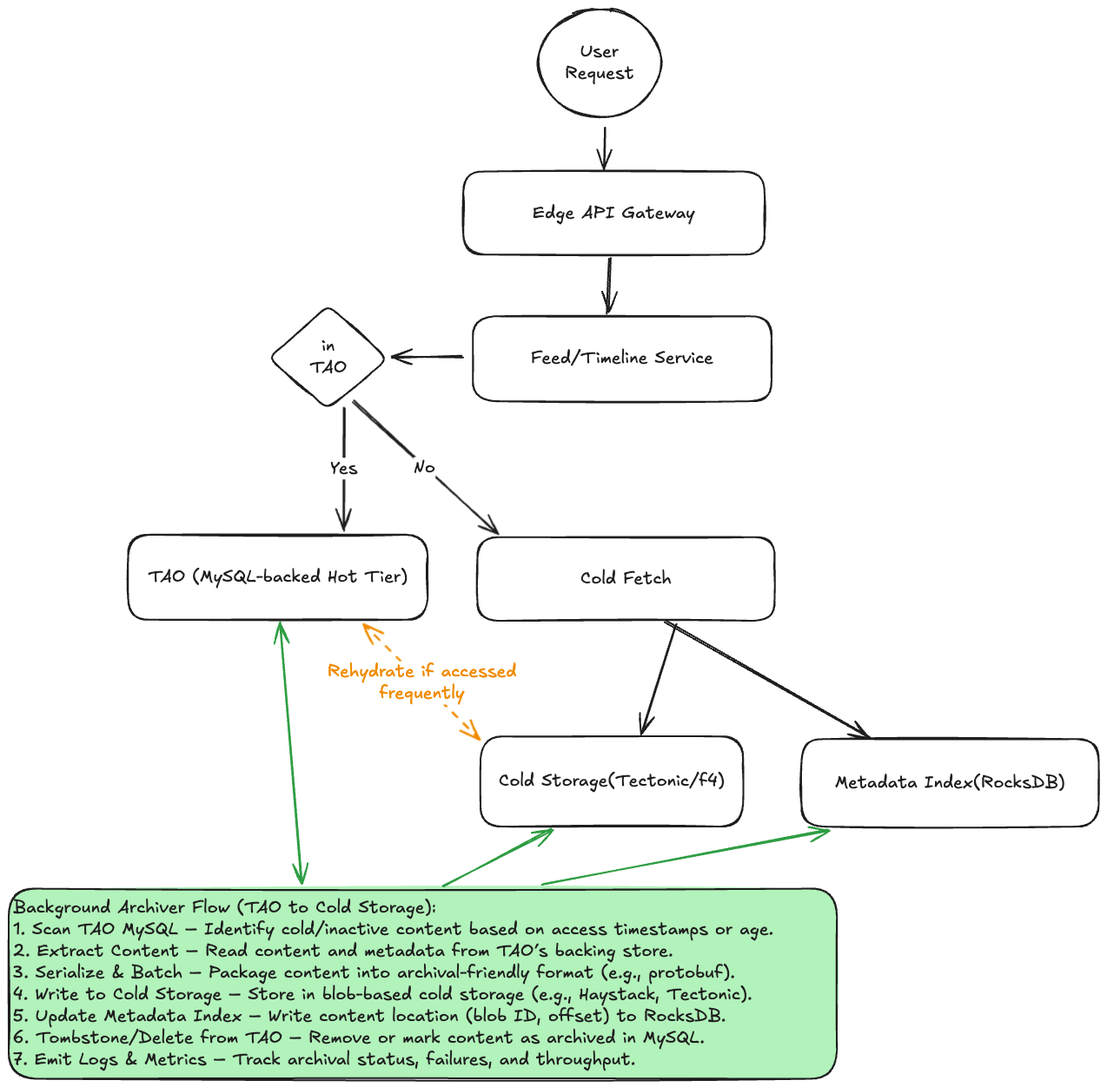
The Excalidraw diagram system-design/designs/facebook-cold-storage/facebook-cold-storage.excalidraw.png in brandon-benge/InterviewPrep, before a commit. Source tidied: one line per element, renumbered; positions are measured from the earlier drawing's top-left corner, leaving out a move shared by most shapes.
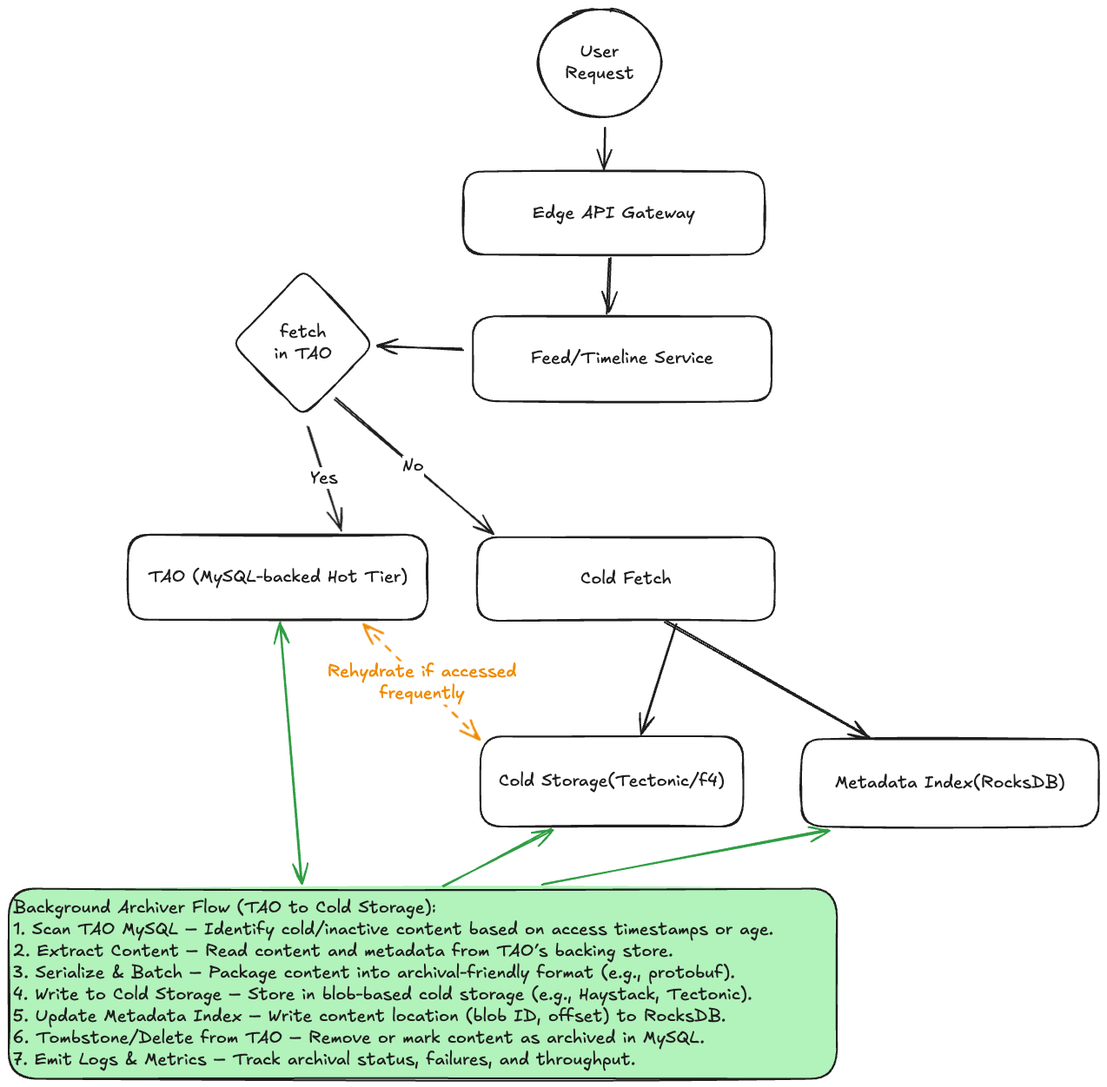
After the commit.

The edit, as a diff of the source:
```diff
@@ -12,13 +12,13 @@
 {"id": 11, "type": "rectangle", "strokeColor": "#1e1e1e", "strokeWidth": 2, "roughness": 1, "round": true, "x": 137, "y": 606, "width": 345, "height": 98}
 {"id": 12, "type": "text", "text": "TAO (MySQL-backed Hot Tier)", "strokeColor": "#1e1e1e", "strokeWidth": 2, "roughness": 1, "fontSize": 20, "fontFamily": 5, "textAlign": "center", "verticalAlign": "middle", "inside": 11, "x": 160, "y": 642, "width": 299, "height": 25}
 {"id": 13, "type": "arrow", "strokeColor": "#1e1e1e", "strokeWidth": 2, "roughness": 1, "endArrowhead": "arrow", "round": true, "from": 7, "to": 9, "x": 691, "y": 287, "width": 2, "height": 63, "points": [[0, 0], [-2, 63]]}
-{"id": 14, "type": "diamond", "strokeColor": "#1e1e1e", "strokeWidth": 2, "roughness": 1, "round": true, "x": 300, "y": 342, "width": 136, "height": 120}
+{"id": 14, "type": "diamond", "strokeColor": "#1e1e1e", "strokeWidth": 2, "roughness": 1, "round": true, "x": 258, "y": 300, "width": 162, "height": 170}
-{"id": 15, "type": "text", "text": "in\nTAO", "strokeColor": "#1e1e1e", "strokeWidth": 2, "roughness": 1, "fontSize": 20, "fontFamily": 5, "textAlign": "center", "verticalAlign": "middle", "inside": 14, "x": 347, "y": 377, "width": 43, "height": 50}
+{"id": 15, "type": "text", "text": "fetch\nin TAO", "strokeColor": "#1e1e1e", "strokeWidth": 2, "roughness": 1, "fontSize": 20, "fontFamily": 5, "textAlign": "center", "verticalAlign": "middle", "inside": 14, "x": 306, "y": 360, "width": 66, "height": 50}
-{"id": 16, "type": "arrow", "strokeColor": "#1e1e1e", "strokeWidth": 2, "roughness": 1, "endArrowhead": "arrow", "round": true, "from": 14, "to": 11, "x": 386, "y": 459, "width": 1, "height": 141, "points": [[0, 0], [-1, 141]]}
+{"id": 16, "type": "arrow", "strokeColor": "#1e1e1e", "strokeWidth": 2, "roughness": 1, "endArrowhead": "arrow", "round": true, "from": 14, "to": 11, "x": 344, "y": 481, "width": 38, "height": 120, "points": [[0, 0], [38, 120]]}
 {"id": 17, "type": "text", "text": "Yes", "strokeColor": "#1e1e1e", "strokeWidth": 2, "roughness": 1, "fontSize": 20, "fontFamily": 5, "textAlign": "center", "verticalAlign": "middle", "inside": 16, "x": 233, "y": 538, "width": 32, "height": 25}
-{"id": 18, "type": "arrow", "strokeColor": "#1e1e1e", "strokeWidth": 2, "roughness": 1, "endArrowhead": "arrow", "round": true, "from": 14, "to": 5, "x": 396, "y": 452, "width": 165, "height": 154, "points": [[0, 0], [165, 154]]}
+{"id": 18, "type": "arrow", "strokeColor": "#1e1e1e", "strokeWidth": 2, "roughness": 1, "endArrowhead": "arrow", "round": true, "from": 14, "to": 5, "x": 375, "y": 449, "width": 181, "height": 157, "points": [[0, 0], [181, 157]]}
 {"id": 19, "type": "text", "text": "No", "strokeColor": "#1e1e1e", "strokeWidth": 2, "roughness": 1, "fontSize": 20, "fontFamily": 5, "textAlign": "center", "verticalAlign": "middle", "inside": 18, "x": 416, "y": 518, "width": 25, "height": 25}
-{"id": 20, "type": "arrow", "strokeColor": "#1e1e1e", "strokeWidth": 2, "roughness": 1, "endArrowhead": "arrow", "round": true, "from": 9, "to": 14, "x": 523, "y": 401, "width": 83, "height": 0, "points": [[0, 0], [-83, 0]]}
+{"id": 20, "type": "arrow", "strokeColor": "#1e1e1e", "strokeWidth": 2, "roughness": 1, "endArrowhead": "arrow", "round": true, "from": 9, "to": 14, "x": 523, "y": 393, "width": 99, "height": 4, "points": [[0, 0], [-99, -4]]}
 {"id": 21, "type": "rectangle", "strokeColor": "#1e1e1e", "strokeWidth": 2, "roughness": 1, "round": true, "x": 912, "y": 841, "width": 342, "height": 101}
 {"id": 22, "type": "text", "text": "Metadata Index(RocksDB)", "strokeColor": "#1e1e1e", "strokeWidth": 2, "roughness": 1, "fontSize": 20, "fontFamily": 5, "textAlign": "center", "verticalAlign": "middle", "inside": 21, "x": 951, "y": 879, "width": 265, "height": 25}
 {"id": 23, "type": "arrow", "strokeColor": "#1e1e1e", "strokeWidth": 2, "roughness": 1, "endArrowhead": "arrow", "round": true, "from": 5, "to": 21, "x": 756, "y": 705, "width": 234, "height": 134, "points": [[0, 0], [234, 134]]}
```
